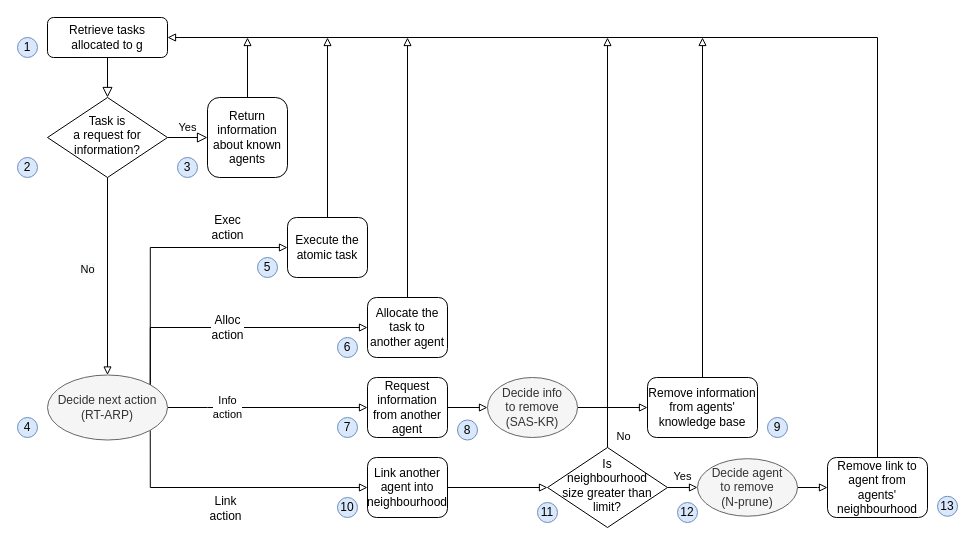
Above: source/ataria-simplified.drawio in sevenmachines/els_energy_optimisation_and_adaptive_coverage_in_wsn_systems (draw.io), before the change. Source tidied: cells renumbered, new cells numbered last; positions are measured from the earlier drawing's top-left corner, leaving out a move shared by most shapes. Both pictures are drawn from the tidied source at 100%, with x=0, y=0 at pixel (17, 17).
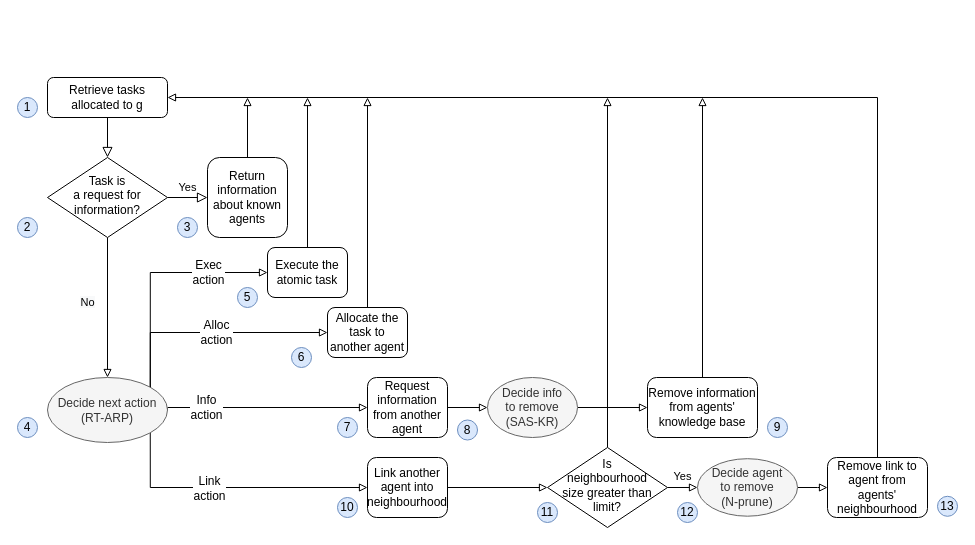
Above is the later version.

Commit message (it also covers changes not shown here):
Section 4 - ataria/mgrao updates

The change refers to these unchanged cells:
```xml
<mxCell id="10" value="Request information from another agent" style="rounded=1;whiteSpace=wrap;html=1;fontSize=12;glass=0;strokeWidth=1;shadow=0;fontStyle=0;" parent="1" vertex="1">
  <mxGeometry x="350" y="360" width="80" height="60" as="geometry" />
</mxCell>
<mxCell id="14" value="Remove information from agents' knowledge base" style="rounded=1;whiteSpace=wrap;html=1;fontSize=12;glass=0;strokeWidth=1;shadow=0;fontStyle=0;" parent="1" vertex="1">
  <mxGeometry x="630" y="360" width="110" height="60" as="geometry" />
</mxCell>
<mxCell id="16" value="Remove link to agent from agents' neighbourhood" style="rounded=1;whiteSpace=wrap;html=1;fontSize=12;glass=0;strokeWidth=1;shadow=0;fontStyle=0;" parent="1" vertex="1">
  <mxGeometry x="810" y="440" width="100" height="60" as="geometry" />
</mxCell>
<mxCell id="17" style="edgeStyle=orthogonalEdgeStyle;rounded=0;jettySize=auto;html=1;exitX=1;exitY=1;exitDx=0;exitDy=0;entryX=0;entryY=0.5;entryDx=0;entryDy=0;endArrow=block;endFill=0;fontStyle=0;" parent="1" edge="1" source="21" target="12">
  <mxGeometry relative="1" as="geometry">
    <Array as="points">
      <mxPoint x="133" y="470" />
    </Array>
  </mxGeometry>
</mxCell>
<mxCell id="31" value="&lt;font face=&quot;sans-serif&quot;&gt;Is &lt;br&gt;neighbourhood &lt;br&gt;size greater than limit?&lt;/font&gt;" style="rhombus;whiteSpace=wrap;html=1;shadow=0;fontFamily=Helvetica;fontSize=12;align=center;strokeWidth=1;spacing=6;spacingTop=-4;fontStyle=0;" parent="1" vertex="1">
  <mxGeometry x="530" y="430" width="120" height="80" as="geometry" />
</mxCell>
```

Diff of the diagram source:
```diff
@@
     <mxCell id="3" value="Retrieve tasks allocated to g" style="rounded=1;whiteSpace=wrap;html=1;fontSize=12;glass=0;strokeWidth=1;shadow=0;fontStyle=0;" parent="1" vertex="1">
-      <mxGeometry x="30" width="120" height="40" as="geometry" />
+      <mxGeometry x="30" y="60" width="120" height="40" as="geometry" />
     </mxCell>
@@
     <mxCell id="6" value="&lt;font face=&quot;sans-serif&quot;&gt;Task is &lt;br&gt;a request for information?&lt;/font&gt;" style="rhombus;whiteSpace=wrap;html=1;shadow=0;fontFamily=Helvetica;fontSize=12;align=center;strokeWidth=1;spacing=6;spacingTop=-4;fontStyle=0;" parent="1" vertex="1">
-      <mxGeometry x="30" y="80" width="120" height="80" as="geometry" />
+      <mxGeometry x="30" y="140" width="120" height="80" as="geometry" />
     </mxCell>
     <mxCell id="7" style="edgeStyle=orthogonalEdgeStyle;rounded=0;jettySize=auto;html=1;exitX=0.5;exitY=0;exitDx=0;exitDy=0;endArrow=block;endFill=0;" parent="1" edge="1" source="8">
       <mxGeometry relative="1" as="geometry">
-        <mxPoint x="390" y="20" as="targetPoint" />
+        <mxPoint x="350" y="80" as="targetPoint" />
       </mxGeometry>
     </mxCell>
     <mxCell id="8" value="Allocate the task to another agent" style="rounded=1;whiteSpace=wrap;html=1;fontSize=12;glass=0;strokeWidth=1;shadow=0;fontStyle=0;" parent="1" vertex="1">
-      <mxGeometry x="350" y="280" width="80" height="60" as="geometry" />
+      <mxGeometry x="310" y="290" width="80" height="50" as="geometry" />
     </mxCell>
@@
     <mxCell id="13" style="edgeStyle=orthogonalEdgeStyle;rounded=0;jettySize=auto;html=1;exitX=0.5;exitY=0;exitDx=0;exitDy=0;endArrow=block;endFill=0;" parent="1" edge="1" source="14">
       <mxGeometry relative="1" as="geometry">
-        <mxPoint x="685" y="20" as="targetPoint" />
+        <mxPoint x="685" y="80" as="targetPoint" />
       </mxGeometry>
     </mxCell>
@@
     <mxCell id="15" style="edgeStyle=orthogonalEdgeStyle;rounded=0;jettySize=auto;html=1;entryX=1;entryY=0.5;entryDx=0;entryDy=0;exitX=0.5;exitY=0;exitDx=0;exitDy=0;endArrow=block;endFill=0;fontStyle=0;" parent="1" edge="1" source="16" target="3">
       <mxGeometry relative="1" as="geometry">
         <Array as="points">
-          <mxPoint x="860" y="20" />
+          <mxPoint x="860" y="80" />
         </Array>
       </mxGeometry>
     </mxCell>
@@
-    <mxCell id="18" value="Link&lt;br&gt;action" style="edgeLabel;html=1;align=center;verticalAlign=middle;fontSize=12;fontStyle=0;" parent="17" vertex="1">
+    <mxCell id="18" value="Link&lt;br style=&quot;font-size: 12px;&quot;&gt;action" style="edgeLabel;html=1;align=center;verticalAlign=middle;fontSize=12;fontStyle=0;" parent="17" vertex="1">
       <mxGeometry x="-0.19" y="18" relative="1" as="geometry">
-        <mxPoint x="20.4" y="38" as="offset" />
+        <mxPoint x="3.4" y="18" as="offset" />
       </mxGeometry>
     </mxCell>
-    <mxCell id="19" value="Info&lt;br&gt;action" style="edgeStyle=orthogonalEdgeStyle;rounded=0;jettySize=auto;html=1;exitX=1;exitY=0.5;exitDx=0;exitDy=0;entryX=0;entryY=0.5;entryDx=0;entryDy=0;endArrow=block;endFill=0;fontStyle=0;" parent="1" edge="1" source="21" target="10">
-      <mxGeometry x="-0.4" relative="1" as="geometry">
+    <mxCell id="19" value="Info&lt;br style=&quot;font-size: 12px;&quot;&gt;action" style="edgeStyle=orthogonalEdgeStyle;rounded=0;jettySize=auto;html=1;exitX=1;exitY=0.5;exitDx=0;exitDy=0;entryX=0;entryY=0.5;entryDx=0;entryDy=0;endArrow=block;endFill=0;fontStyle=0;fontSize=12;" parent="1" edge="1" source="21" target="10">
+      <mxGeometry x="-0.6" relative="1" as="geometry">
         <Array as="points">
-          <mxPoint x="190" y="390" />
-          <mxPoint x="190" y="390" />
+          <mxPoint x="150" y="390" />
         </Array>
       </mxGeometry>
     </mxCell>
-    <mxCell id="20" value="Alloc&lt;br&gt;action" style="edgeStyle=orthogonalEdgeStyle;rounded=0;jettySize=auto;html=1;exitX=1;exitY=0;exitDx=0;exitDy=0;entryX=0;entryY=0.5;entryDx=0;entryDy=0;endArrow=block;endFill=0;fontSize=12;fontStyle=0;" parent="1" edge="1" source="21" target="8">
-      <mxGeometry x="-0.02" relative="1" as="geometry">
+    <mxCell id="20" value="Alloc&lt;br style=&quot;font-size: 12px;&quot;&gt;action" style="edgeStyle=orthogonalEdgeStyle;rounded=0;jettySize=auto;html=1;exitX=1;exitY=0;exitDx=0;exitDy=0;endArrow=block;endFill=0;fontSize=12;fontStyle=0;entryX=0;entryY=0.5;entryDx=0;entryDy=0;" parent="1" edge="1" source="21" target="8">
+      <mxGeometry x="0.04" relative="1" as="geometry">
         <Array as="points">
-          <mxPoint x="133" y="310" />
+          <mxPoint x="133" y="315" />
         </Array>
       </mxGeometry>
     </mxCell>
     <mxCell id="21" value="Decide next action (RT-ARP)" style="ellipse;whiteSpace=wrap;html=1;fillColor=#f5f5f5;strokeColor=#666666;fontColor=#333333;fontStyle=0;" parent="1" vertex="1">
-      <mxGeometry x="30" y="357.5" width="120" height="65" as="geometry" />
+      <mxGeometry x="30" y="360" width="120" height="65" as="geometry" />
     </mxCell>
@@
     <mxCell id="25" style="edgeStyle=orthogonalEdgeStyle;rounded=0;jettySize=auto;html=1;exitX=0.5;exitY=0;exitDx=0;exitDy=0;endArrow=block;endFill=0;" parent="1" edge="1" source="26">
       <mxGeometry relative="1" as="geometry">
-        <mxPoint x="230" y="20" as="targetPoint" />
+        <mxPoint x="230" y="80" as="targetPoint" />
       </mxGeometry>
     </mxCell>
     <mxCell id="26" value="Return information&lt;br&gt;about known agents" style="rounded=1;whiteSpace=wrap;html=1;fontSize=12;glass=0;strokeWidth=1;shadow=0;fontStyle=0;" parent="1" vertex="1">
-      <mxGeometry x="190" y="80" width="80" height="80" as="geometry" />
+      <mxGeometry x="190" y="140" width="80" height="80" as="geometry" />
     </mxCell>
@@
     <mxCell id="29" style="edgeStyle=orthogonalEdgeStyle;rounded=0;jettySize=auto;html=1;exitX=0.5;exitY=0;exitDx=0;exitDy=0;endArrow=block;endFill=0;fontSize=12;fontStyle=0;" parent="1" edge="1" source="31">
       <mxGeometry relative="1" as="geometry">
-        <mxPoint x="590" y="20" as="targetPoint" />
+        <mxPoint x="590" y="80" as="targetPoint" />
       </mxGeometry>
     </mxCell>
@@
     <mxCell id="32" style="edgeStyle=orthogonalEdgeStyle;rounded=0;jettySize=auto;html=1;endArrow=block;endFill=0;" parent="1" edge="1" source="33">
       <mxGeometry relative="1" as="geometry">
-        <mxPoint x="310" y="20" as="targetPoint" />
+        <mxPoint x="290" y="80" as="targetPoint" />
       </mxGeometry>
     </mxCell>
     <mxCell id="33" value="Execute the atomic task" style="rounded=1;whiteSpace=wrap;html=1;fontSize=12;glass=0;strokeWidth=1;shadow=0;fontStyle=0;" parent="1" vertex="1">
-      <mxGeometry x="270" y="200" width="80" height="60" as="geometry" />
+      <mxGeometry x="250" y="230" width="80" height="50" as="geometry" />
     </mxCell>
-    <mxCell id="34" value="Exec&lt;br&gt;action" style="edgeStyle=orthogonalEdgeStyle;rounded=0;jettySize=auto;html=1;exitX=1;exitY=0;exitDx=0;exitDy=0;entryX=0;entryY=0.5;entryDx=0;entryDy=0;endArrow=block;endFill=0;fontSize=12;fontStyle=0;" parent="1" edge="1" source="21" target="33">
-      <mxGeometry x="0.56" y="20" relative="1" as="geometry">
+    <mxCell id="34" value="Exec&lt;br style=&quot;font-size: 12px;&quot;&gt;action" style="edgeStyle=orthogonalEdgeStyle;rounded=0;jettySize=auto;html=1;exitX=1;exitY=0;exitDx=0;exitDy=0;entryX=0;entryY=0.5;entryDx=0;entryDy=0;endArrow=block;endFill=0;fontSize=12;fontStyle=0;" parent="1" edge="1" source="21" target="33">
+      <mxGeometry x="0.49" relative="1" as="geometry">
         <Array as="points">
-          <mxPoint x="133" y="230" />
+          <mxPoint x="133" y="255" />
         </Array>
       </mxGeometry>
     </mxCell>
     <mxCell id="35" value="1" style="ellipse;whiteSpace=wrap;html=1;fillColor=#dae8fc;strokeColor=#6c8ebf;" parent="1" vertex="1">
-      <mxGeometry y="20" width="20" height="20" as="geometry" />
+      <mxGeometry y="80" width="20" height="20" as="geometry" />
     </mxCell>
     <mxCell id="36" value="2" style="ellipse;whiteSpace=wrap;html=1;fillColor=#dae8fc;strokeColor=#6c8ebf;" parent="1" vertex="1">
-      <mxGeometry y="140" width="20" height="20" as="geometry" />
+      <mxGeometry y="200" width="20" height="20" as="geometry" />
     </mxCell>
     <mxCell id="37" value="3" style="ellipse;whiteSpace=wrap;html=1;fillColor=#dae8fc;strokeColor=#6c8ebf;" parent="1" vertex="1">
-      <mxGeometry x="160" y="140" width="20" height="20" as="geometry" />
+      <mxGeometry x="160" y="200" width="20" height="20" as="geometry" />
     </mxCell>
@@
     <mxCell id="39" value="5" style="ellipse;whiteSpace=wrap;html=1;fillColor=#dae8fc;strokeColor=#6c8ebf;" parent="1" vertex="1">
-      <mxGeometry x="240" y="240" width="20" height="20" as="geometry" />
+      <mxGeometry x="220" y="270" width="20" height="20" as="geometry" />
     </mxCell>
     <mxCell id="40" value="6" style="ellipse;whiteSpace=wrap;html=1;fillColor=#dae8fc;strokeColor=#6c8ebf;" parent="1" vertex="1">
-      <mxGeometry x="320" y="320" width="20" height="20" as="geometry" />
+      <mxGeometry x="274" y="330" width="20" height="20" as="geometry" />
     </mxCell>
```
